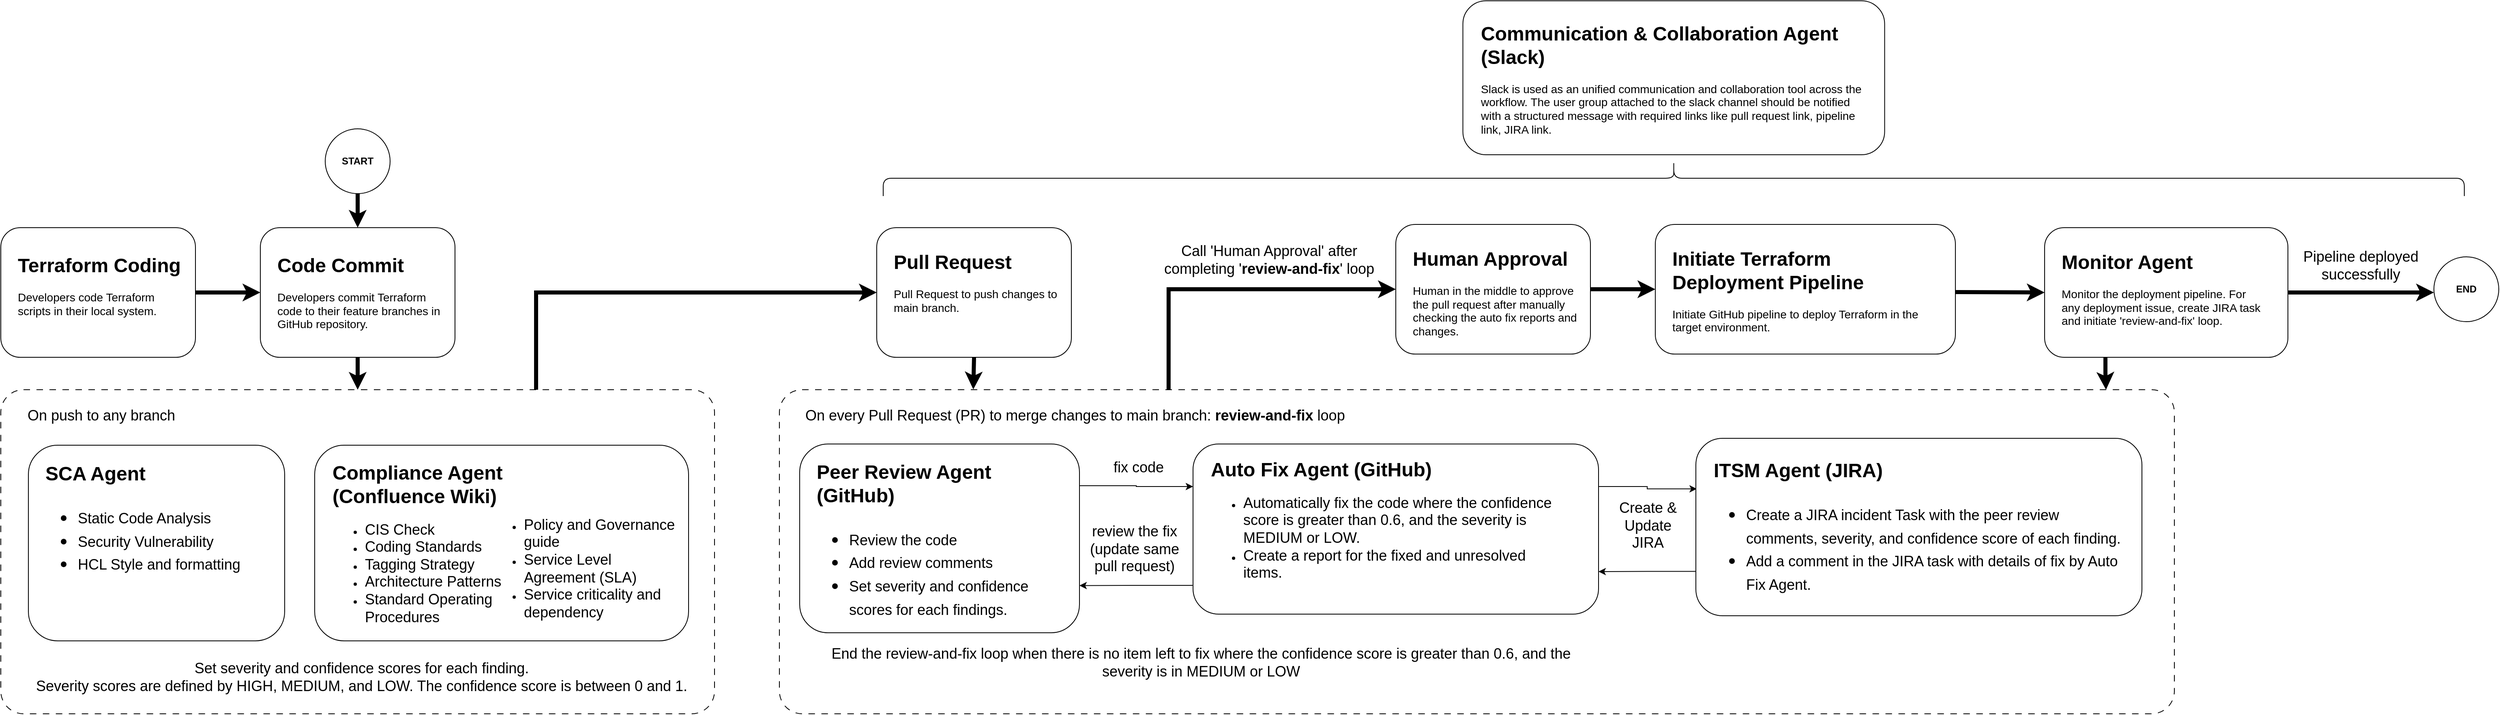
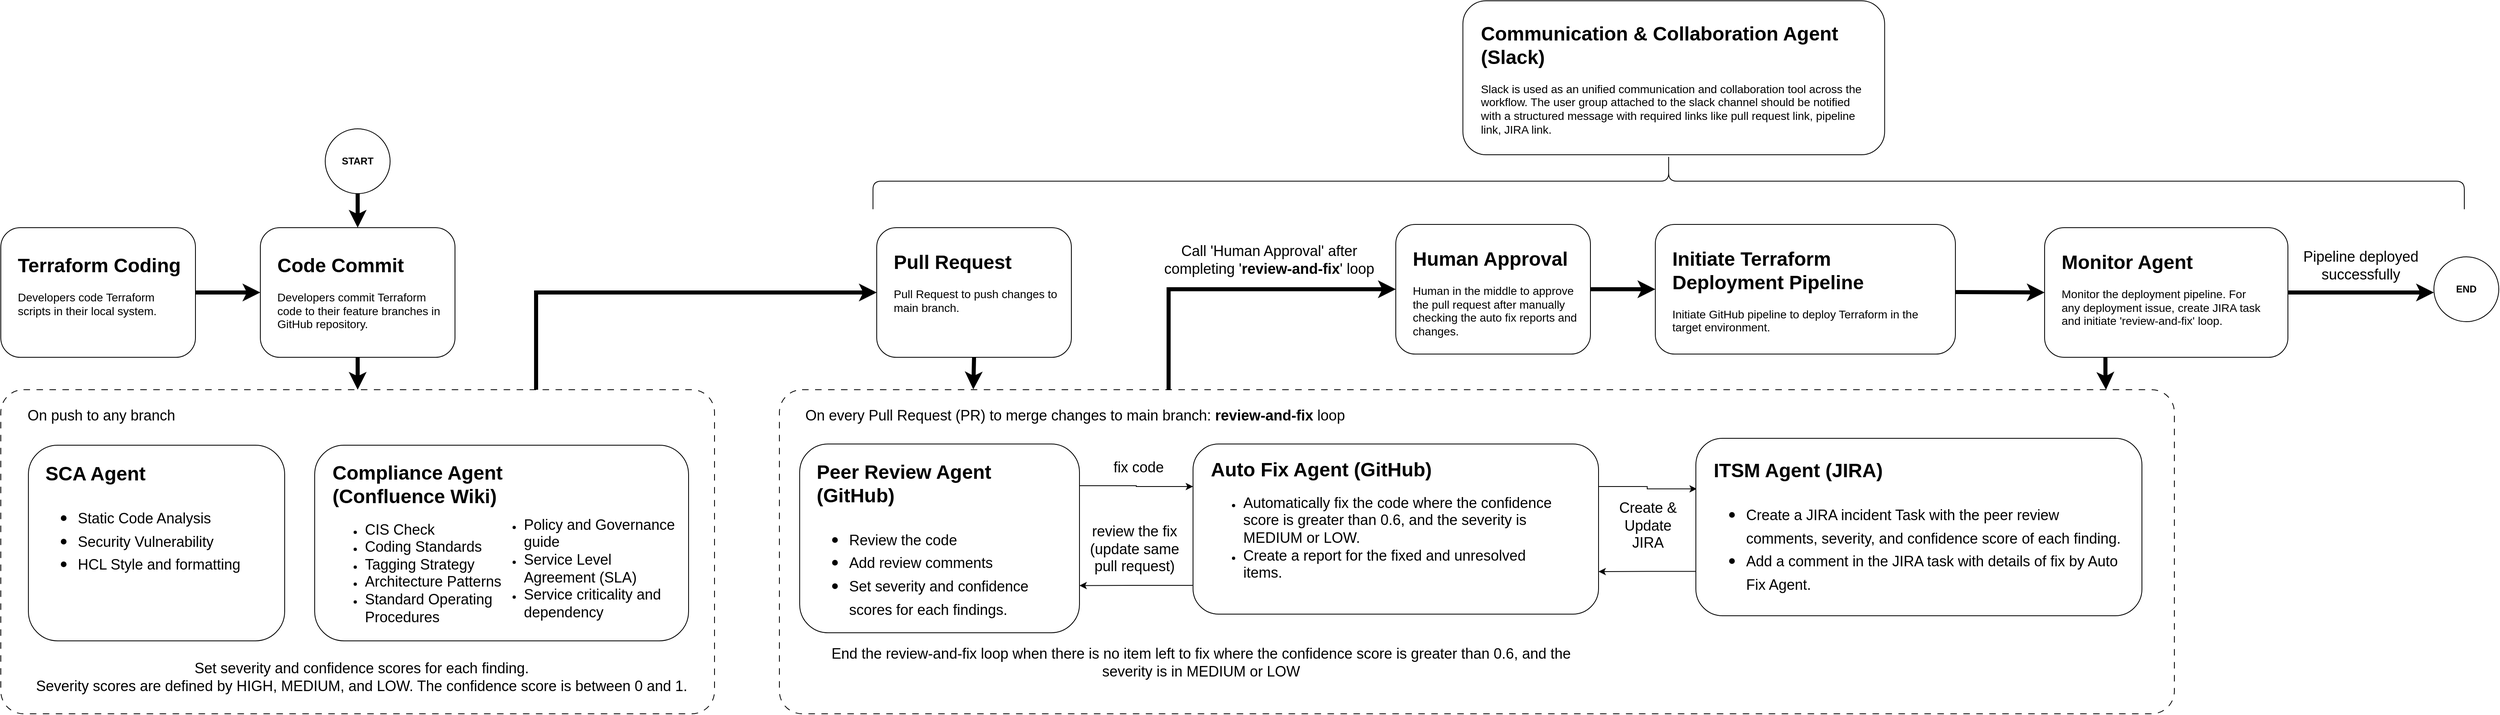
<mxfile host="app.diagrams.net">
  <diagram name="process-flow" id="llQ14HlxIDWXj9B5HY60">
-     <mxGraphModel dx="1245" dy="1738" grid="1" gridSize="10" guides="1" tooltips="1" connect="1" arrows="1" fold="1" page="1" pageScale="1" pageWidth="850" pageHeight="1100" math="0" shadow="0">
+     <mxGraphModel dx="2490" dy="2376" grid="1" gridSize="10" guides="1" tooltips="1" connect="1" arrows="1" fold="1" page="1" pageScale="1" pageWidth="850" pageHeight="1100" math="0" shadow="0">
      <root>
        <mxCell id="0" />
        <mxCell id="1" parent="0" />
        <mxCell id="IWc9zJM8tDhvkjJ2dRjy-13" edge="1" parent="1" source="IWc9zJM8tDhvkjJ2dRjy-5" style="edgeStyle=orthogonalEdgeStyle;rounded=0;orthogonalLoop=1;jettySize=auto;html=1;entryX=0;entryY=0.5;entryDx=0;entryDy=0;exitX=0.75;exitY=0;exitDx=0;exitDy=0;strokeWidth=5;" target="IWc9zJM8tDhvkjJ2dRjy-1">
          <mxGeometry relative="1" as="geometry" />
        </mxCell>
        <mxCell id="oJW8UGhNAXkty13G2p3x-1" parent="1" style="rounded=1;whiteSpace=wrap;html=1;" value="" vertex="1">
          <mxGeometry height="160" width="240" x="440" y="200" as="geometry" />
        </mxCell>
        <mxCell id="oJW8UGhNAXkty13G2p3x-3" parent="1" style="text;html=1;whiteSpace=wrap;overflow=hidden;rounded=0;" value="&lt;h1 style=&quot;margin-top: 0px;&quot;&gt;Code Commit&lt;/h1&gt;&lt;p&gt;&lt;font style=&quot;font-size: 14px;&quot;&gt;Developers commit Terraform code to their feature branches in GitHub repository.&lt;/font&gt;&lt;/p&gt;" vertex="1">
          <mxGeometry height="100" width="210" x="459" y="226" as="geometry" />
        </mxCell>
        <mxCell id="IWc9zJM8tDhvkjJ2dRjy-35" edge="1" parent="1" source="IWc9zJM8tDhvkjJ2dRjy-14" style="edgeStyle=orthogonalEdgeStyle;rounded=0;orthogonalLoop=1;jettySize=auto;html=1;entryX=0;entryY=0.5;entryDx=0;entryDy=0;exitX=0.279;exitY=0.025;exitDx=0;exitDy=0;exitPerimeter=0;strokeWidth=5;" target="IWc9zJM8tDhvkjJ2dRjy-33">
          <mxGeometry relative="1" as="geometry">
            <Array as="points">
              <mxPoint x="1560" y="276" />
            </Array>
          </mxGeometry>
        </mxCell>
        <mxCell id="IWc9zJM8tDhvkjJ2dRjy-1" parent="1" style="rounded=1;whiteSpace=wrap;html=1;" value="" vertex="1">
          <mxGeometry height="160" width="240" x="1200" y="200" as="geometry" />
        </mxCell>
        <mxCell id="IWc9zJM8tDhvkjJ2dRjy-2" parent="1" style="text;html=1;whiteSpace=wrap;overflow=hidden;rounded=0;" value="&lt;h1 style=&quot;margin-top: 0px;&quot;&gt;Pull Request&lt;/h1&gt;&lt;p&gt;&lt;font style=&quot;font-size: 14px;&quot;&gt;Pull Request to push changes to main branch.&lt;/font&gt;&lt;/p&gt;" vertex="1">
          <mxGeometry height="100" width="210" x="1219" y="222" as="geometry" />
        </mxCell>
        <mxCell id="IWc9zJM8tDhvkjJ2dRjy-12" edge="1" parent="1" source="IWc9zJM8tDhvkjJ2dRjy-3" style="edgeStyle=orthogonalEdgeStyle;rounded=0;orthogonalLoop=1;jettySize=auto;html=1;exitX=1;exitY=0.5;exitDx=0;exitDy=0;entryX=0;entryY=0.5;entryDx=0;entryDy=0;strokeWidth=5;" target="oJW8UGhNAXkty13G2p3x-1">
          <mxGeometry relative="1" as="geometry" />
        </mxCell>
        <mxCell id="IWc9zJM8tDhvkjJ2dRjy-3" parent="1" style="rounded=1;whiteSpace=wrap;html=1;" value="" vertex="1">
          <mxGeometry height="160" width="240" x="120" y="200" as="geometry" />
        </mxCell>
        <mxCell id="IWc9zJM8tDhvkjJ2dRjy-4" parent="1" style="text;html=1;whiteSpace=wrap;overflow=hidden;rounded=0;" value="&lt;h1 style=&quot;margin-top: 0px;&quot;&gt;Terraform Coding&lt;/h1&gt;&lt;p&gt;&lt;font style=&quot;font-size: 14px;&quot;&gt;Developers code Terraform scripts in their local system.&lt;/font&gt;&lt;/p&gt;" vertex="1">
          <mxGeometry height="100" width="210" x="139" y="226" as="geometry" />
        </mxCell>
        <mxCell id="IWc9zJM8tDhvkjJ2dRjy-5" parent="1" style="rounded=1;whiteSpace=wrap;html=1;arcSize=7;dashed=1;dashPattern=8 8;" value="" vertex="1">
          <mxGeometry height="400" width="880" x="120" y="400" as="geometry" />
        </mxCell>
        <mxCell id="IWc9zJM8tDhvkjJ2dRjy-6" parent="1" style="text;html=1;whiteSpace=wrap;strokeColor=none;fillColor=none;align=center;verticalAlign=middle;rounded=0;" value="&lt;font style=&quot;font-size: 18px;&quot;&gt;On push to any branch&lt;/font&gt;" vertex="1">
          <mxGeometry height="30" width="210" x="139" y="416.5" as="geometry" />
        </mxCell>
        <mxCell id="IWc9zJM8tDhvkjJ2dRjy-7" parent="1" style="rounded=1;whiteSpace=wrap;html=1;" value="" vertex="1">
          <mxGeometry height="241.5" width="316" x="154" y="468.5" as="geometry" />
        </mxCell>
        <mxCell id="IWc9zJM8tDhvkjJ2dRjy-8" parent="1" style="text;html=1;whiteSpace=wrap;overflow=hidden;rounded=0;" value="&lt;h1 style=&quot;margin-top: 0px;&quot;&gt;SCA Agent&lt;/h1&gt;&lt;h1 style=&quot;margin-top: 0px;&quot;&gt;&lt;p style=&quot;font-size: 12px; font-weight: 400;&quot;&gt;&lt;/p&gt;&lt;ul&gt;&lt;li&gt;&lt;span style=&quot;font-size: 18px; font-weight: normal;&quot;&gt;Static Code Analysis&lt;/span&gt;&lt;/li&gt;&lt;li&gt;&lt;span style=&quot;font-size: 18px; font-weight: normal;&quot;&gt;Security Vulnerability&lt;/span&gt;&lt;/li&gt;&lt;li&gt;&lt;span style=&quot;font-size: 18px; font-weight: normal;&quot;&gt;HCL Style and formatting&lt;/span&gt;&lt;/li&gt;&lt;/ul&gt;&lt;p&gt;&lt;/p&gt;&lt;/h1&gt;" vertex="1">
          <mxGeometry height="183" width="306" x="173" y="482.5" as="geometry" />
        </mxCell>
        <mxCell id="IWc9zJM8tDhvkjJ2dRjy-9" parent="1" style="rounded=1;whiteSpace=wrap;html=1;" value="" vertex="1">
          <mxGeometry height="241.5" width="461" x="507" y="468.5" as="geometry" />
        </mxCell>
        <mxCell id="IWc9zJM8tDhvkjJ2dRjy-10" parent="1" style="text;html=1;whiteSpace=wrap;overflow=hidden;rounded=0;" value="&lt;h1 style=&quot;margin-top: 0px;&quot;&gt;Compliance Agent (Confluence Wiki)&lt;/h1&gt;&lt;p&gt;&lt;/p&gt;&lt;ul&gt;&lt;li&gt;&lt;span style=&quot;font-size: 18px;&quot;&gt;CIS Check&lt;/span&gt;&lt;/li&gt;&lt;li&gt;&lt;span style=&quot;font-size: 18px;&quot;&gt;Coding Standards&lt;/span&gt;&lt;/li&gt;&lt;li&gt;&lt;span style=&quot;font-size: 18px;&quot;&gt;Tagging Strategy&lt;/span&gt;&lt;/li&gt;&lt;li&gt;&lt;span style=&quot;font-size: 18px;&quot;&gt;Architecture Patterns&lt;/span&gt;&lt;/li&gt;&lt;li&gt;&lt;span style=&quot;font-size: 18px;&quot;&gt;Standard Operating Procedures&lt;/span&gt;&lt;/li&gt;&lt;/ul&gt;&lt;p&gt;&lt;/p&gt;" vertex="1">
          <mxGeometry height="218.5" width="261" x="527" y="481.5" as="geometry" />
        </mxCell>
        <mxCell id="IWc9zJM8tDhvkjJ2dRjy-11" edge="1" parent="1" source="oJW8UGhNAXkty13G2p3x-1" style="edgeStyle=orthogonalEdgeStyle;rounded=0;orthogonalLoop=1;jettySize=auto;html=1;exitX=0.5;exitY=1;exitDx=0;exitDy=0;entryX=0.5;entryY=0;entryDx=0;entryDy=0;strokeWidth=5;" target="IWc9zJM8tDhvkjJ2dRjy-5">
          <mxGeometry relative="1" as="geometry" />
        </mxCell>
        <mxCell id="IWc9zJM8tDhvkjJ2dRjy-14" parent="1" style="rounded=1;whiteSpace=wrap;html=1;arcSize=7;dashed=1;dashPattern=8 8;" value="" vertex="1">
          <mxGeometry height="400" width="1720" x="1080" y="400" as="geometry" />
        </mxCell>
        <mxCell id="IWc9zJM8tDhvkjJ2dRjy-15" parent="1" style="text;html=1;whiteSpace=wrap;strokeColor=none;fillColor=none;align=left;verticalAlign=middle;rounded=0;" value="&lt;font style=&quot;font-size: 18px;&quot;&gt;On every Pull Request (PR) to merge changes to main branch: &lt;b&gt;review-and-fix &lt;/b&gt;loop&lt;/font&gt;" vertex="1">
          <mxGeometry height="30" width="740" x="1110" y="416.5" as="geometry" />
        </mxCell>
        <mxCell id="IWc9zJM8tDhvkjJ2dRjy-22" edge="1" parent="1" source="IWc9zJM8tDhvkjJ2dRjy-16" style="edgeStyle=orthogonalEdgeStyle;rounded=0;orthogonalLoop=1;jettySize=auto;html=1;exitX=1;exitY=0.221;exitDx=0;exitDy=0;entryX=0;entryY=0.25;entryDx=0;entryDy=0;exitPerimeter=0;" target="IWc9zJM8tDhvkjJ2dRjy-18">
          <mxGeometry relative="1" as="geometry" />
        </mxCell>
        <mxCell id="IWc9zJM8tDhvkjJ2dRjy-16" parent="1" style="rounded=1;whiteSpace=wrap;html=1;" value="" vertex="1">
          <mxGeometry height="233" width="345" x="1105" y="467" as="geometry" />
        </mxCell>
        <mxCell id="IWc9zJM8tDhvkjJ2dRjy-17" parent="1" style="text;html=1;whiteSpace=wrap;overflow=hidden;rounded=0;" value="&lt;h1 style=&quot;margin-top: 0px;&quot;&gt;Peer Review Agent (GitHub)&lt;/h1&gt;&lt;h1 style=&quot;margin-top: 0px;&quot;&gt;&lt;p style=&quot;font-size: 12px; font-weight: 400;&quot;&gt;&lt;/p&gt;&lt;ul&gt;&lt;li&gt;&lt;span style=&quot;font-size: 18px; font-weight: 400;&quot;&gt;Review the code&lt;/span&gt;&lt;/li&gt;&lt;li&gt;&lt;span style=&quot;font-size: 18px; font-weight: 400;&quot;&gt;Add review comments&lt;/span&gt;&lt;/li&gt;&lt;li&gt;&lt;span style=&quot;font-size: 18px; font-weight: 400;&quot;&gt;Set severity and confidence scores for each findings.&lt;/span&gt;&lt;/li&gt;&lt;/ul&gt;&lt;p&gt;&lt;/p&gt;&lt;/h1&gt;" vertex="1">
          <mxGeometry height="209" width="306" x="1124" y="481" as="geometry" />
        </mxCell>
        <mxCell id="IWc9zJM8tDhvkjJ2dRjy-23" edge="1" parent="1" source="IWc9zJM8tDhvkjJ2dRjy-18" style="edgeStyle=orthogonalEdgeStyle;rounded=0;orthogonalLoop=1;jettySize=auto;html=1;exitX=0;exitY=0.831;exitDx=0;exitDy=0;entryX=1;entryY=0.75;entryDx=0;entryDy=0;exitPerimeter=0;" target="IWc9zJM8tDhvkjJ2dRjy-16">
          <mxGeometry relative="1" as="geometry" />
        </mxCell>
        <mxCell id="IWc9zJM8tDhvkjJ2dRjy-31" edge="1" parent="1" source="IWc9zJM8tDhvkjJ2dRjy-18" style="edgeStyle=orthogonalEdgeStyle;rounded=0;orthogonalLoop=1;jettySize=auto;html=1;exitX=1;exitY=0.25;exitDx=0;exitDy=0;entryX=0.002;entryY=0.285;entryDx=0;entryDy=0;entryPerimeter=0;" target="IWc9zJM8tDhvkjJ2dRjy-27">
          <mxGeometry relative="1" as="geometry" />
        </mxCell>
        <mxCell id="IWc9zJM8tDhvkjJ2dRjy-18" parent="1" style="rounded=1;whiteSpace=wrap;html=1;" value="" vertex="1">
          <mxGeometry height="210" width="500" x="1590" y="467" as="geometry" />
        </mxCell>
        <mxCell id="IWc9zJM8tDhvkjJ2dRjy-19" parent="1" style="text;html=1;whiteSpace=wrap;overflow=hidden;rounded=0;" value="&lt;h1 style=&quot;margin-top: 0px;&quot;&gt;Auto Fix Agent (GitHub)&lt;/h1&gt;&lt;p&gt;&lt;/p&gt;&lt;ul&gt;&lt;li&gt;&lt;span style=&quot;font-size: 18px;&quot;&gt;Automatically fix the code where the confidence score is greater than 0.6, and the severity is MEDIUM or LOW.&amp;nbsp;&lt;/span&gt;&lt;/li&gt;&lt;li&gt;&lt;span style=&quot;font-size: 18px;&quot;&gt;Create a report for the fixed and unresolved items.&lt;/span&gt;&lt;/li&gt;&lt;/ul&gt;&lt;p&gt;&lt;/p&gt;" vertex="1">
          <mxGeometry height="192" width="440" x="1610" y="478" as="geometry" />
        </mxCell>
        <mxCell id="IWc9zJM8tDhvkjJ2dRjy-20" parent="1" style="text;whiteSpace=wrap;fontSize=18;align=center;" value="Set severity and confidence scores for each finding.&#xa;Severity scores are defined by HIGH, MEDIUM, and LOW. The confidence score is between 0 and 1." vertex="1">
          <mxGeometry height="50.5" width="830" x="150" y="726.5" as="geometry" />
        </mxCell>
        <mxCell id="IWc9zJM8tDhvkjJ2dRjy-21" edge="1" parent="1" source="IWc9zJM8tDhvkjJ2dRjy-1" style="edgeStyle=orthogonalEdgeStyle;rounded=0;orthogonalLoop=1;jettySize=auto;html=1;exitX=0.5;exitY=1;exitDx=0;exitDy=0;entryX=0.139;entryY=-0.001;entryDx=0;entryDy=0;entryPerimeter=0;strokeWidth=5;" target="IWc9zJM8tDhvkjJ2dRjy-14">
          <mxGeometry relative="1" as="geometry" />
        </mxCell>
        <mxCell id="IWc9zJM8tDhvkjJ2dRjy-24" parent="1" style="text;html=1;whiteSpace=wrap;strokeColor=none;fillColor=none;align=center;verticalAlign=middle;rounded=0;" value="&lt;font style=&quot;font-size: 18px;&quot;&gt;fix code&lt;/font&gt;" vertex="1">
          <mxGeometry height="30" width="82" x="1482" y="481" as="geometry" />
        </mxCell>
        <mxCell id="IWc9zJM8tDhvkjJ2dRjy-25" parent="1" style="text;html=1;whiteSpace=wrap;strokeColor=none;fillColor=none;align=center;verticalAlign=middle;rounded=0;" value="&lt;font style=&quot;font-size: 18px;&quot;&gt;review the fix (update same pull request)&lt;/font&gt;" vertex="1">
          <mxGeometry height="67" width="120" x="1458" y="563" as="geometry" />
        </mxCell>
        <mxCell id="IWc9zJM8tDhvkjJ2dRjy-26" parent="1" style="text;html=1;whiteSpace=wrap;strokeColor=none;fillColor=none;align=center;verticalAlign=middle;rounded=0;" value="&lt;font style=&quot;font-size: 18px;&quot;&gt;End the review-and-fix loop when there is no item left to fix where the confidence score is greater than 0.6, and the severity is in MEDIUM or LOW&lt;/font&gt;" vertex="1">
          <mxGeometry height="50" width="980" x="1110" y="711.5" as="geometry" />
        </mxCell>
        <mxCell id="IWc9zJM8tDhvkjJ2dRjy-30" edge="1" parent="1" source="IWc9zJM8tDhvkjJ2dRjy-27" style="edgeStyle=orthogonalEdgeStyle;rounded=0;orthogonalLoop=1;jettySize=auto;html=1;exitX=0;exitY=0.75;exitDx=0;exitDy=0;entryX=1;entryY=0.75;entryDx=0;entryDy=0;" target="IWc9zJM8tDhvkjJ2dRjy-18">
          <mxGeometry relative="1" as="geometry" />
        </mxCell>
        <mxCell id="IWc9zJM8tDhvkjJ2dRjy-27" parent="1" style="rounded=1;whiteSpace=wrap;html=1;" value="" vertex="1">
          <mxGeometry height="219" width="550" x="2210" y="460" as="geometry" />
        </mxCell>
        <mxCell id="IWc9zJM8tDhvkjJ2dRjy-28" parent="1" style="text;html=1;whiteSpace=wrap;overflow=hidden;rounded=0;" value="&lt;h1 style=&quot;margin-top: 0px;&quot;&gt;ITSM Agent (JIRA)&lt;/h1&gt;&lt;h1 style=&quot;margin-top: 0px;&quot;&gt;&lt;p style=&quot;font-size: 12px; font-weight: 400;&quot;&gt;&lt;/p&gt;&lt;ul&gt;&lt;li&gt;&lt;span style=&quot;font-size: 18px; font-weight: 400;&quot;&gt;Create a JIRA incident Task with the peer review comments, severity, and confidence score of each finding.&lt;/span&gt;&lt;/li&gt;&lt;li&gt;&lt;span style=&quot;font-size: 18px; font-weight: 400;&quot;&gt;Add a comment in the JIRA task with details of fix by Auto Fix Agent.&lt;/span&gt;&lt;/li&gt;&lt;/ul&gt;&lt;p&gt;&lt;/p&gt;&lt;/h1&gt;" vertex="1">
          <mxGeometry height="191" width="510" x="2230" y="479" as="geometry" />
        </mxCell>
        <mxCell id="IWc9zJM8tDhvkjJ2dRjy-32" parent="1" style="text;html=1;whiteSpace=wrap;strokeColor=none;fillColor=none;align=center;verticalAlign=middle;rounded=0;" value="&lt;font style=&quot;font-size: 18px;&quot;&gt;Create &amp;amp; Update JIRA&lt;/font&gt;" vertex="1">
          <mxGeometry height="57.5" width="102" x="2100" y="539" as="geometry" />
        </mxCell>
        <mxCell id="IWc9zJM8tDhvkjJ2dRjy-39" edge="1" parent="1" source="IWc9zJM8tDhvkjJ2dRjy-33" style="edgeStyle=orthogonalEdgeStyle;rounded=0;orthogonalLoop=1;jettySize=auto;html=1;exitX=1;exitY=0.5;exitDx=0;exitDy=0;entryX=0;entryY=0.5;entryDx=0;entryDy=0;strokeWidth=5;" target="IWc9zJM8tDhvkjJ2dRjy-37">
          <mxGeometry relative="1" as="geometry" />
        </mxCell>
        <mxCell id="IWc9zJM8tDhvkjJ2dRjy-33" parent="1" style="rounded=1;whiteSpace=wrap;html=1;" value="" vertex="1">
          <mxGeometry height="160" width="240" x="1840" y="196" as="geometry" />
        </mxCell>
        <mxCell id="IWc9zJM8tDhvkjJ2dRjy-34" parent="1" style="text;html=1;whiteSpace=wrap;overflow=hidden;rounded=0;" value="&lt;h1 style=&quot;margin-top: 0px;&quot;&gt;Human Approval&lt;/h1&gt;&lt;p&gt;&lt;font style=&quot;font-size: 14px;&quot;&gt;Human in the middle to approve the pull request after manually checking the auto fix reports and changes.&amp;nbsp;&lt;/font&gt;&lt;/p&gt;" vertex="1">
          <mxGeometry height="122" width="210" x="1859" y="218" as="geometry" />
        </mxCell>
        <mxCell id="IWc9zJM8tDhvkjJ2dRjy-36" parent="1" style="text;html=1;whiteSpace=wrap;strokeColor=none;fillColor=none;align=center;verticalAlign=middle;rounded=0;" value="&lt;font style=&quot;font-size: 18px;&quot;&gt;Call &#39;Human Approval&#39; after completing &#39;&lt;b&gt;review-and-fix&lt;/b&gt;&#39; loop&lt;/font&gt;" vertex="1">
          <mxGeometry height="60" width="268" x="1550" y="210" as="geometry" />
        </mxCell>
        <mxCell id="IWc9zJM8tDhvkjJ2dRjy-37" parent="1" style="rounded=1;whiteSpace=wrap;html=1;" value="" vertex="1">
          <mxGeometry height="160" width="370" x="2160" y="196" as="geometry" />
        </mxCell>
        <mxCell id="IWc9zJM8tDhvkjJ2dRjy-38" parent="1" style="text;html=1;whiteSpace=wrap;overflow=hidden;rounded=0;" value="&lt;h1 style=&quot;margin-top: 0px;&quot;&gt;Initiate Terraform Deployment Pipeline&lt;/h1&gt;&lt;p&gt;&lt;font style=&quot;font-size: 14px;&quot;&gt;Initiate GitHub pipeline to deploy Terraform in the target environment.&lt;/font&gt;&amp;nbsp;&amp;nbsp;&lt;/p&gt;" vertex="1">
          <mxGeometry height="112" width="341" x="2179" y="218" as="geometry" />
        </mxCell>
        <mxCell id="IWc9zJM8tDhvkjJ2dRjy-41" edge="1" parent="1" source="IWc9zJM8tDhvkjJ2dRjy-40" style="edgeStyle=orthogonalEdgeStyle;rounded=0;orthogonalLoop=1;jettySize=auto;html=1;exitX=0.5;exitY=1;exitDx=0;exitDy=0;entryX=0.5;entryY=0;entryDx=0;entryDy=0;strokeWidth=5;" target="oJW8UGhNAXkty13G2p3x-1">
          <mxGeometry relative="1" as="geometry" />
        </mxCell>
        <mxCell id="IWc9zJM8tDhvkjJ2dRjy-40" parent="1" style="ellipse;whiteSpace=wrap;html=1;aspect=fixed;fontStyle=1" value="START" vertex="1">
          <mxGeometry height="80" width="80" x="520" y="78" as="geometry" />
        </mxCell>
        <mxCell id="IWc9zJM8tDhvkjJ2dRjy-47" edge="1" parent="1" source="IWc9zJM8tDhvkjJ2dRjy-42" style="edgeStyle=orthogonalEdgeStyle;rounded=0;orthogonalLoop=1;jettySize=auto;html=1;exitX=1;exitY=0.5;exitDx=0;exitDy=0;strokeWidth=5;">
          <mxGeometry relative="1" as="geometry">
            <mxPoint x="3120" y="280" as="targetPoint" />
          </mxGeometry>
        </mxCell>
        <mxCell id="IWc9zJM8tDhvkjJ2dRjy-42" parent="1" style="rounded=1;whiteSpace=wrap;html=1;" value="" vertex="1">
          <mxGeometry height="160" width="300" x="2640" y="200" as="geometry" />
        </mxCell>
        <mxCell id="IWc9zJM8tDhvkjJ2dRjy-43" parent="1" style="text;html=1;whiteSpace=wrap;overflow=hidden;rounded=0;" value="&lt;h1 style=&quot;margin-top: 0px;&quot;&gt;Monitor Agent&lt;/h1&gt;&lt;p&gt;&lt;font style=&quot;font-size: 14px;&quot;&gt;Monitor the deployment pipeline.&amp;nbsp;&lt;span style=&quot;background-color: transparent; color: light-dark(rgb(0, 0, 0), rgb(255, 255, 255));&quot;&gt;F&lt;/span&gt;&lt;span style=&quot;background-color: transparent; color: light-dark(rgb(0, 0, 0), rgb(255, 255, 255));&quot;&gt;or any deployment issue, create JIRA task and initiate &#39;review-and-fix&#39; loop.&lt;/span&gt;&lt;/font&gt;&lt;/p&gt;" vertex="1">
          <mxGeometry height="112" width="251" x="2659" y="222" as="geometry" />
        </mxCell>
        <mxCell id="IWc9zJM8tDhvkjJ2dRjy-44" edge="1" parent="1" style="edgeStyle=orthogonalEdgeStyle;rounded=0;orthogonalLoop=1;jettySize=auto;html=1;exitX=1;exitY=0.5;exitDx=0;exitDy=0;entryX=0;entryY=0.5;entryDx=0;entryDy=0;strokeWidth=5;" target="IWc9zJM8tDhvkjJ2dRjy-42">
          <mxGeometry relative="1" as="geometry">
            <mxPoint x="2530" y="279.5" as="sourcePoint" />
            <mxPoint x="2610" y="279.5" as="targetPoint" />
          </mxGeometry>
        </mxCell>
        <mxCell id="IWc9zJM8tDhvkjJ2dRjy-45" edge="1" parent="1" source="IWc9zJM8tDhvkjJ2dRjy-42" style="edgeStyle=orthogonalEdgeStyle;rounded=0;orthogonalLoop=1;jettySize=auto;html=1;exitX=0.25;exitY=1;exitDx=0;exitDy=0;entryX=0.951;entryY=0;entryDx=0;entryDy=0;entryPerimeter=0;strokeWidth=5;" target="IWc9zJM8tDhvkjJ2dRjy-14">
          <mxGeometry relative="1" as="geometry" />
        </mxCell>
        <mxCell id="IWc9zJM8tDhvkjJ2dRjy-46" parent="1" style="ellipse;whiteSpace=wrap;html=1;aspect=fixed;fontStyle=1" value="END" vertex="1">
          <mxGeometry height="80" width="80" x="3120" y="236" as="geometry" />
        </mxCell>
        <mxCell id="IWc9zJM8tDhvkjJ2dRjy-48" parent="1" style="text;html=1;whiteSpace=wrap;strokeColor=none;fillColor=none;align=center;verticalAlign=middle;rounded=0;" value="&lt;font style=&quot;font-size: 18px;&quot;&gt;Pipeline deployed successfully&lt;/font&gt;" vertex="1">
          <mxGeometry height="57.5" width="160" x="2950" y="218" as="geometry" />
        </mxCell>
        <mxCell id="IWc9zJM8tDhvkjJ2dRjy-50" parent="1" style="text;html=1;whiteSpace=wrap;overflow=hidden;rounded=0;" value="&lt;h1 style=&quot;margin-top: 0px;&quot;&gt;&lt;br&gt;&lt;/h1&gt;&lt;ul&gt;&lt;li&gt;&lt;span style=&quot;font-size: 18px;&quot;&gt;Policy and Governance guide&lt;/span&gt;&lt;/li&gt;&lt;li&gt;&lt;span style=&quot;font-size: 18px;&quot;&gt;Service Level Agreement (SLA)&lt;/span&gt;&lt;/li&gt;&lt;li&gt;&lt;span style=&quot;font-size: 18px;&quot;&gt;Service criticality and dependency&lt;/span&gt;&lt;/li&gt;&lt;/ul&gt;&lt;p&gt;&lt;/p&gt;" vertex="1">
          <mxGeometry height="200" width="240" x="723" y="505" as="geometry" />
        </mxCell>
        <mxCell id="IWc9zJM8tDhvkjJ2dRjy-51" parent="1" style="shape=curlyBracket;whiteSpace=wrap;html=1;rounded=1;labelPosition=left;verticalLabelPosition=middle;align=right;verticalAlign=middle;rotation=90;" value="" vertex="1">
-           <mxGeometry height="1949.5" width="44" x="2160.75" y="-835.75" as="geometry" />
+           <mxGeometry height="1962.12" width="69.25" x="2141.82" y="-838.43" as="geometry" />
        </mxCell>
        <mxCell id="IWc9zJM8tDhvkjJ2dRjy-52" parent="1" style="rounded=1;whiteSpace=wrap;html=1;" value="" vertex="1">
          <mxGeometry height="190" width="520" x="1922.75" y="-80" as="geometry" />
        </mxCell>
        <mxCell id="IWc9zJM8tDhvkjJ2dRjy-53" parent="1" style="text;html=1;whiteSpace=wrap;overflow=hidden;rounded=0;" value="&lt;h1 style=&quot;margin-top: 0px;&quot;&gt;Communication &amp;amp; Collaboration Agent (Slack)&lt;/h1&gt;&lt;p&gt;&lt;font style=&quot;font-size: 14px;&quot;&gt;Slack is used as an unified communication and collaboration tool across the workflow. The user group attached to the slack channel should be notified with a structured message with required links like pull request link, pipeline link, JIRA link.&lt;/font&gt;&lt;/p&gt;" vertex="1">
          <mxGeometry height="154" width="480" x="1942.75" y="-60" as="geometry" />
        </mxCell>
      </root>
    </mxGraphModel>
  </diagram>
</mxfile>
